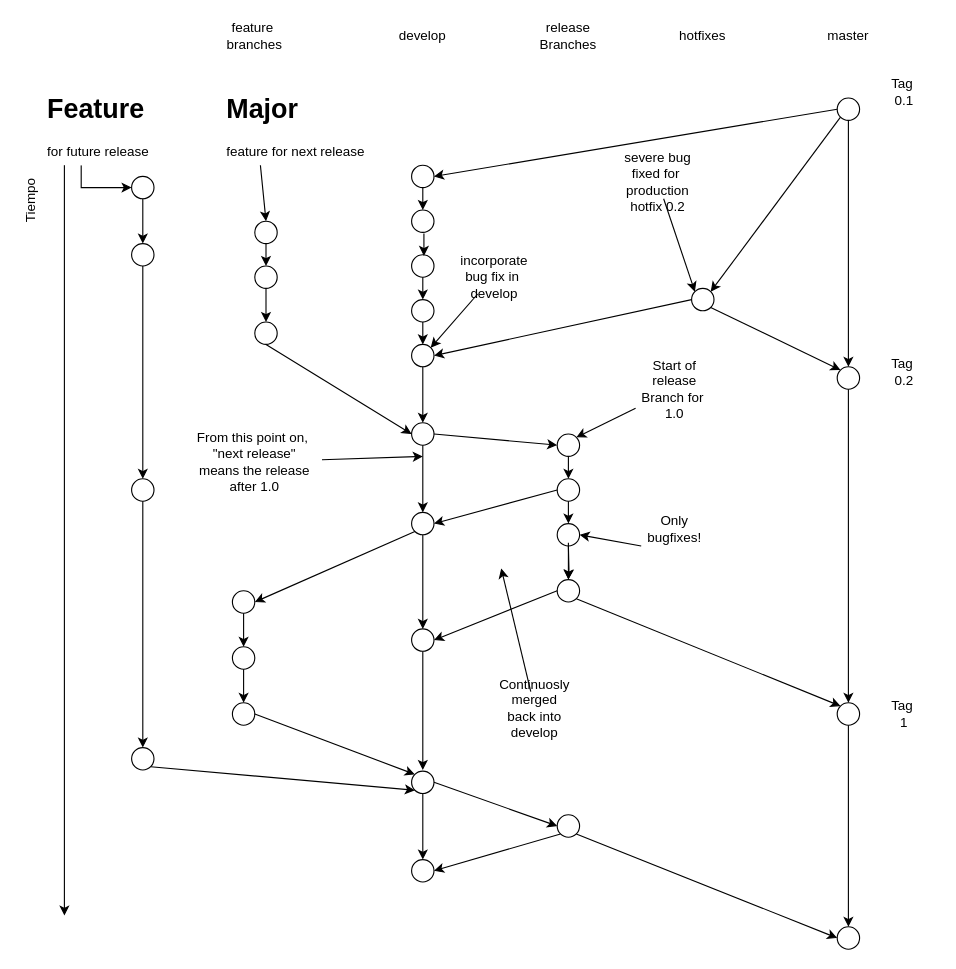
The draw.io diagram Untitled Diagram.drawio in Orpel/Material, before the edit. Source tidied: cells renumbered, new cells numbered last; positions are measured from the earlier drawing's top-left corner, leaving out a move shared by most shapes. Both pictures are drawn from the tidied source at 112%, with x=0, y=0 at pixel (-3, 19).
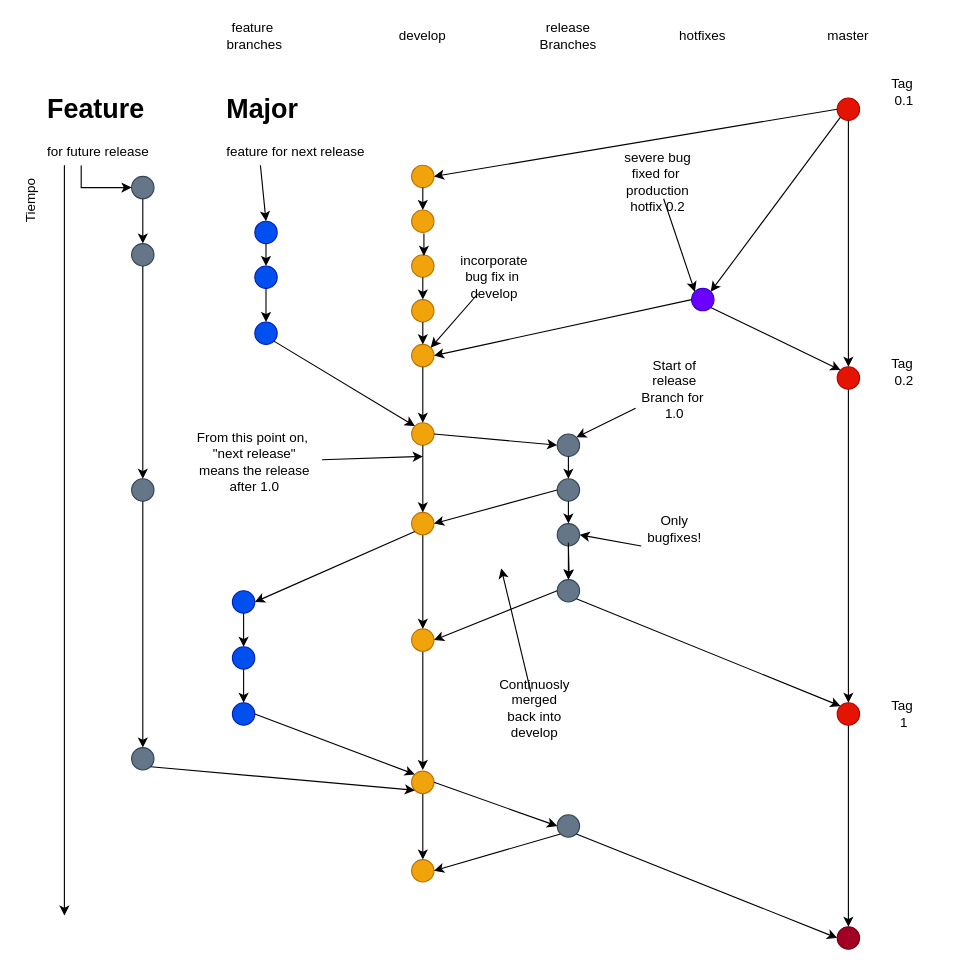
The same diagram, later.

Commit message:
branching-model-jkl

Change to the diagram source:
```diff
@@
-    <mxCell id="4" style="ellipse;whiteSpace=wrap;html=1;" parent="1" vertex="1">
+    <mxCell id="4" style="ellipse;whiteSpace=wrap;html=1;fillColor=#647687;strokeColor=#314354;fontColor=#ffffff;" parent="1" vertex="1">
       <mxGeometry x="120" y="140" width="20" height="20" as="geometry" />
     </mxCell>
-    <mxCell id="5" style="ellipse;whiteSpace=wrap;html=1;" parent="1" vertex="1">
+    <mxCell id="5" style="ellipse;whiteSpace=wrap;html=1;fillColor=#647687;strokeColor=#314354;fontColor=#ffffff;" parent="1" vertex="1">
       <mxGeometry x="120" y="200" width="20" height="20" as="geometry" />
     </mxCell>
-    <mxCell id="6" style="ellipse;whiteSpace=wrap;html=1;" parent="1" vertex="1">
+    <mxCell id="6" style="ellipse;whiteSpace=wrap;html=1;fillColor=#647687;strokeColor=#314354;fontColor=#ffffff;" parent="1" vertex="1">
       <mxGeometry x="120" y="410" width="20" height="20" as="geometry" />
     </mxCell>
@@
-    <mxCell id="10" style="ellipse;whiteSpace=wrap;html=1;" parent="1" vertex="1">
+    <mxCell id="10" style="ellipse;whiteSpace=wrap;html=1;fillColor=#0050ef;strokeColor=#001DBC;fontColor=#ffffff;" parent="1" vertex="1">
       <mxGeometry x="230" y="180" width="20" height="20" as="geometry" />
     </mxCell>
@@
-    <mxCell id="12" style="ellipse;whiteSpace=wrap;html=1;" parent="1" vertex="1">
+    <mxCell id="12" style="ellipse;whiteSpace=wrap;html=1;fillColor=#f0a30a;strokeColor=#BD7000;fontColor=#ffffff;" parent="1" vertex="1">
       <mxGeometry x="370" y="130" width="20" height="20" as="geometry" />
     </mxCell>
-    <mxCell id="13" style="ellipse;whiteSpace=wrap;html=1;" parent="1" vertex="1">
+    <mxCell id="13" style="ellipse;whiteSpace=wrap;html=1;fillColor=#f0a30a;strokeColor=#BD7000;fontColor=#ffffff;" parent="1" vertex="1">
       <mxGeometry x="370" y="170" width="20" height="20" as="geometry" />
     </mxCell>
-    <mxCell id="14" style="ellipse;whiteSpace=wrap;html=1;" parent="1" vertex="1">
+    <mxCell id="14" style="ellipse;whiteSpace=wrap;html=1;fillColor=#f0a30a;strokeColor=#BD7000;fontColor=#ffffff;" parent="1" vertex="1">
       <mxGeometry x="370" y="360" width="20" height="20" as="geometry" />
     </mxCell>
-    <mxCell id="15" style="ellipse;whiteSpace=wrap;html=1;" parent="1" vertex="1">
+    <mxCell id="15" style="ellipse;whiteSpace=wrap;html=1;fillColor=#f0a30a;strokeColor=#BD7000;fontColor=#ffffff;" parent="1" vertex="1">
       <mxGeometry x="370" y="250" width="20" height="20" as="geometry" />
     </mxCell>
-    <mxCell id="16" style="ellipse;whiteSpace=wrap;html=1;" parent="1" vertex="1">
+    <mxCell id="16" style="ellipse;whiteSpace=wrap;html=1;fillColor=#f0a30a;strokeColor=#BD7000;fontColor=#ffffff;" parent="1" vertex="1">
       <mxGeometry x="370" y="210" width="20" height="20" as="geometry" />
     </mxCell>
-    <mxCell id="17" style="ellipse;whiteSpace=wrap;html=1;" parent="1" vertex="1">
+    <mxCell id="17" style="ellipse;whiteSpace=wrap;html=1;fillColor=#f0a30a;strokeColor=#BD7000;fontColor=#ffffff;" parent="1" vertex="1">
       <mxGeometry x="370" y="290" width="20" height="20" as="geometry" />
     </mxCell>
@@
-    <mxCell id="26" style="ellipse;whiteSpace=wrap;html=1;" parent="1" vertex="1">
+    <mxCell id="26" style="ellipse;whiteSpace=wrap;html=1;fillColor=#0050ef;strokeColor=#001DBC;fontColor=#ffffff;" parent="1" vertex="1">
       <mxGeometry x="230" y="220" width="20" height="20" as="geometry" />
     </mxCell>
-    <mxCell id="27" style="ellipse;whiteSpace=wrap;html=1;" parent="1" vertex="1">
+    <mxCell id="27" style="ellipse;whiteSpace=wrap;html=1;fillColor=#0050ef;strokeColor=#001DBC;fontColor=#ffffff;" parent="1" vertex="1">
       <mxGeometry x="230" y="270" width="20" height="20" as="geometry" />
     </mxCell>
@@
-    <mxCell id="31" style="endArrow=classic;html=1;exitX=0.5;exitY=1;exitDx=0;exitDy=0;entryX=0;entryY=0.5;entryDx=0;entryDy=0;" parent="1" edge="1" source="27" target="14">
-      <mxGeometry relative="1" as="geometry" />
-    </mxCell>
@@
-    <mxCell id="35" style="ellipse;whiteSpace=wrap;html=1;" parent="1" vertex="1">
+    <mxCell id="35" style="ellipse;whiteSpace=wrap;html=1;fillColor=#f0a30a;strokeColor=#BD7000;fontColor=#ffffff;" parent="1" vertex="1">
       <mxGeometry x="370" y="440" width="20" height="20" as="geometry" />
     </mxCell>
@@
-    <mxCell id="38" style="ellipse;whiteSpace=wrap;html=1;" parent="1" vertex="1">
+    <mxCell id="38" style="ellipse;whiteSpace=wrap;html=1;fillColor=#647687;strokeColor=#314354;fontColor=#ffffff;" parent="1" vertex="1">
       <mxGeometry x="500" y="370" width="20" height="20" as="geometry" />
     </mxCell>
-    <mxCell id="39" style="ellipse;whiteSpace=wrap;html=1;" parent="1" vertex="1">
+    <mxCell id="39" style="ellipse;whiteSpace=wrap;html=1;fillColor=#647687;strokeColor=#314354;fontColor=#ffffff;" parent="1" vertex="1">
       <mxGeometry x="500" y="410" width="20" height="20" as="geometry" />
     </mxCell>
@@
-    <mxCell id="41" style="ellipse;whiteSpace=wrap;html=1;" parent="1" vertex="1">
+    <mxCell id="41" style="ellipse;whiteSpace=wrap;html=1;fillColor=#647687;strokeColor=#314354;fontColor=#ffffff;" parent="1" vertex="1">
       <mxGeometry x="500" y="450" width="20" height="20" as="geometry" />
     </mxCell>
-    <mxCell id="42" style="ellipse;whiteSpace=wrap;html=1;" parent="1" vertex="1">
+    <mxCell id="42" style="ellipse;whiteSpace=wrap;html=1;fillColor=#647687;strokeColor=#314354;fontColor=#ffffff;" parent="1" vertex="1">
       <mxGeometry x="500" y="500" width="20" height="20" as="geometry" />
     </mxCell>
@@
-    <mxCell id="49" style="ellipse;whiteSpace=wrap;html=1;" parent="1" vertex="1">
+    <mxCell id="49" style="ellipse;whiteSpace=wrap;html=1;fillColor=#f0a30a;strokeColor=#BD7000;fontColor=#ffffff;" parent="1" vertex="1">
       <mxGeometry x="370" y="544" width="20" height="20" as="geometry" />
     </mxCell>
@@
-    <mxCell id="52" style="ellipse;whiteSpace=wrap;html=1;" parent="1" vertex="1">
+    <mxCell id="52" style="ellipse;whiteSpace=wrap;html=1;fillColor=#0050ef;strokeColor=#001DBC;fontColor=#ffffff;" parent="1" vertex="1">
       <mxGeometry x="210" y="510" width="20" height="20" as="geometry" />
     </mxCell>
-    <mxCell id="53" style="ellipse;whiteSpace=wrap;html=1;" parent="1" vertex="1">
+    <mxCell id="53" style="ellipse;whiteSpace=wrap;html=1;fillColor=#0050ef;strokeColor=#001DBC;fontColor=#ffffff;" parent="1" vertex="1">
       <mxGeometry x="210" y="560" width="20" height="20" as="geometry" />
     </mxCell>
-    <mxCell id="54" style="ellipse;whiteSpace=wrap;html=1;" parent="1" vertex="1">
+    <mxCell id="54" style="ellipse;whiteSpace=wrap;html=1;fillColor=#0050ef;strokeColor=#001DBC;fontColor=#ffffff;" parent="1" vertex="1">
       <mxGeometry x="210" y="610" width="20" height="20" as="geometry" />
     </mxCell>
@@
-    <mxCell id="59" style="ellipse;whiteSpace=wrap;html=1;" parent="1" vertex="1">
+    <mxCell id="59" style="ellipse;whiteSpace=wrap;html=1;fillColor=#f0a30a;strokeColor=#BD7000;fontColor=#ffffff;" parent="1" vertex="1">
       <mxGeometry x="370" y="671" width="20" height="20" as="geometry" />
     </mxCell>
-    <mxCell id="60" style="ellipse;whiteSpace=wrap;html=1;" parent="1" vertex="1">
+    <mxCell id="60" style="ellipse;whiteSpace=wrap;html=1;fillColor=#647687;strokeColor=#314354;fontColor=#ffffff;" parent="1" vertex="1">
       <mxGeometry x="120" y="650" width="20" height="20" as="geometry" />
     </mxCell>
@@
-    <mxCell id="64" style="ellipse;whiteSpace=wrap;html=1;" parent="1" vertex="1">
+    <mxCell id="64" style="ellipse;whiteSpace=wrap;html=1;fillColor=#f0a30a;strokeColor=#BD7000;fontColor=#ffffff;" parent="1" vertex="1">
       <mxGeometry x="370" y="750" width="20" height="20" as="geometry" />
     </mxCell>
-    <mxCell id="65" style="ellipse;whiteSpace=wrap;html=1;" parent="1" vertex="1">
+    <mxCell id="65" style="ellipse;whiteSpace=wrap;html=1;fillColor=#647687;strokeColor=#314354;fontColor=#ffffff;" parent="1" vertex="1">
       <mxGeometry x="500" y="710" width="20" height="20" as="geometry" />
     </mxCell>
@@
-    <mxCell id="69" style="ellipse;whiteSpace=wrap;html=1;" parent="1" vertex="1">
+    <mxCell id="69" style="ellipse;whiteSpace=wrap;html=1;fillColor=#6a00ff;strokeColor=#3700CC;fontColor=#ffffff;" parent="1" vertex="1">
       <mxGeometry x="620" y="240" width="20" height="20" as="geometry" />
     </mxCell>
@@
-    <mxCell id="72" style="ellipse;whiteSpace=wrap;html=1;" parent="1" vertex="1">
+    <mxCell id="72" style="ellipse;whiteSpace=wrap;html=1;fillColor=#e51400;strokeColor=#B20000;fontColor=#ffffff;" parent="1" vertex="1">
       <mxGeometry x="750" y="70" width="20" height="20" as="geometry" />
     </mxCell>
@@
-    <mxCell id="75" style="ellipse;whiteSpace=wrap;html=1;" parent="1" vertex="1">
+    <mxCell id="75" style="ellipse;whiteSpace=wrap;html=1;fillColor=#e51400;strokeColor=#B20000;fontColor=#ffffff;" parent="1" vertex="1">
       <mxGeometry x="750" y="310" width="20" height="20" as="geometry" />
     </mxCell>
@@
-    <mxCell id="78" style="ellipse;whiteSpace=wrap;html=1;" parent="1" vertex="1">
+    <mxCell id="78" style="ellipse;whiteSpace=wrap;html=1;fillColor=#a20025;strokeColor=#6F0000;fontColor=#ffffff;" parent="1" vertex="1">
       <mxGeometry x="750" y="810" width="20" height="20" as="geometry" />
     </mxCell>
-    <mxCell id="79" style="ellipse;whiteSpace=wrap;html=1;" parent="1" vertex="1">
+    <mxCell id="79" style="ellipse;whiteSpace=wrap;html=1;fillColor=#e51400;strokeColor=#B20000;fontColor=#ffffff;" parent="1" vertex="1">
       <mxGeometry x="750" y="610" width="20" height="20" as="geometry" />
     </mxCell>
@@
+    <mxCell id="31" style="endArrow=classic;html=1;exitX=1;exitY=1;exitDx=0;exitDy=0;entryX=0;entryY=0;entryDx=0;entryDy=0;" parent="1" edge="1" source="27" target="14">
+      <mxGeometry relative="1" as="geometry" />
+    </mxCell>
```
